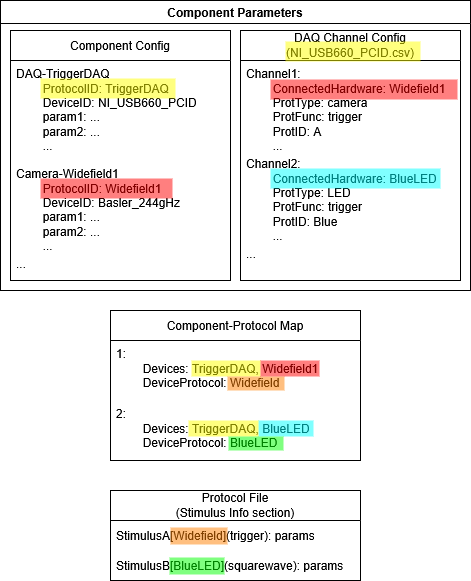
This is .wiki_resources/diagrams/config_struct_nolines.png from DavidLucha/StimControl, a draw.io export, as it was before one commit. Source tidied: cells renumbered, new cells last; positions are measured from the earlier drawing's top-left corner, leaving out a move shared by most shapes. The source it was exported from:
```xml
<mxGraphModel>
  <root>
    <mxCell id="0" />
    <mxCell id="1" parent="0" />
    <mxCell id="2" value="Component-Protocol Map" style="swimlane;fontStyle=0;horizontal=1;startSize=30;whiteSpace=wrap;html=1;" parent="1" vertex="1">
      <mxGeometry x="110" y="310" width="250" height="150" as="geometry" />
    </mxCell>
    <mxCell id="3" value="&lt;div&gt;1:&amp;nbsp;&lt;br&gt;&lt;span style=&quot;white-space: pre;&quot;&gt;&#9;&lt;/span&gt;Devices: TriggerDAQ, Widefield1&lt;/div&gt;&lt;div&gt;&lt;span style=&quot;white-space: pre;&quot;&gt;&#9;&lt;/span&gt;&lt;span style=&quot;white-space: pre;&quot;&gt;&lt;/span&gt;DeviceProtocol: Widefield&lt;/div&gt;" style="text;strokeColor=none;fillColor=none;align=left;verticalAlign=top;spacingLeft=4;spacingRight=4;overflow=hidden;whiteSpace=wrap;html=1;" parent="2" vertex="1">
      <mxGeometry y="30" width="250" height="60" as="geometry" />
    </mxCell>
    <mxCell id="4" value="&lt;div&gt;2:&amp;nbsp;&lt;br&gt;&lt;span style=&quot;white-space: pre;&quot;&gt;&#9;&lt;/span&gt;Devices: TriggerDAQ, BlueLED&lt;/div&gt;&lt;div&gt;&lt;span style=&quot;white-space: pre;&quot;&gt;&#9;&lt;/span&gt;DeviceProtocol: BlueLED&lt;/div&gt;" style="text;strokeColor=none;fillColor=none;align=left;verticalAlign=top;spacingLeft=4;spacingRight=4;overflow=hidden;whiteSpace=wrap;html=1;" parent="2" vertex="1">
      <mxGeometry y="90" width="250" height="60" as="geometry" />
    </mxCell>
    <mxCell id="5" value="Component Parameters" style="swimlane;whiteSpace=wrap;html=1;" parent="1" vertex="1">
      <mxGeometry width="470" height="290" as="geometry" />
    </mxCell>
    <mxCell id="6" value="&lt;div&gt;DAQ Channel Config&lt;/div&gt;&lt;div&gt;(NI_USB660_PCID.csv)&lt;/div&gt;" style="swimlane;fontStyle=0;horizontal=1;startSize=30;whiteSpace=wrap;html=1;" parent="5" vertex="1">
      <mxGeometry x="240" y="30" width="220" height="250" as="geometry" />
    </mxCell>
    <mxCell id="7" value="&lt;div&gt;Channel1:&amp;nbsp;&lt;/div&gt;&lt;div&gt;&lt;span style=&quot;white-space: pre;&quot;&gt;&#9;ConnectedHardware: Widefield1&lt;/span&gt;&lt;/div&gt;&lt;div&gt;&lt;span style=&quot;white-space: pre;&quot;&gt;&lt;span style=&quot;white-space: pre;&quot;&gt;&#9;ProtType: camera&lt;/span&gt;&lt;/span&gt;&lt;/div&gt;&lt;div&gt;&lt;span style=&quot;white-space: pre;&quot;&gt;&lt;span style=&quot;white-space: pre;&quot;&gt;&lt;span style=&quot;white-space: pre;&quot;&gt;&#9;&lt;/span&gt;ProtFunc: trigger&lt;/span&gt;&lt;/span&gt;&lt;/div&gt;&lt;div&gt;&lt;span style=&quot;white-space: pre;&quot;&gt;&lt;span style=&quot;white-space: pre;&quot;&gt;&lt;span style=&quot;white-space: pre;&quot;&gt;&#9;&lt;/span&gt;ProtID: A&lt;/span&gt;&lt;/span&gt;&lt;/div&gt;&lt;div&gt;&lt;span style=&quot;white-space: pre;&quot;&gt;&lt;span style=&quot;white-space: pre;&quot;&gt;&lt;span style=&quot;white-space: pre;&quot;&gt;&#9;...&lt;/span&gt;&lt;/span&gt;&lt;/span&gt;&lt;/div&gt;" style="text;strokeColor=none;fillColor=none;align=left;verticalAlign=top;spacingLeft=4;spacingRight=4;overflow=hidden;whiteSpace=wrap;html=1;" parent="6" vertex="1">
      <mxGeometry y="30" width="220" height="90" as="geometry" />
    </mxCell>
    <mxCell id="8" value="&lt;div&gt;Channel2:&amp;nbsp;&lt;/div&gt;&lt;div&gt;&lt;span style=&quot;white-space: pre;&quot;&gt;&#9;&lt;/span&gt;ConnectedHardware: BlueLED&lt;div&gt;&lt;span style=&quot;white-space: pre;&quot;&gt;&lt;span style=&quot;white-space: pre;&quot;&gt;&#9;ProtType: LED&lt;/span&gt;&lt;/span&gt;&lt;/div&gt;&lt;div&gt;&lt;span style=&quot;white-space: pre;&quot;&gt;&lt;span style=&quot;white-space: pre;&quot;&gt;&lt;span style=&quot;white-space: pre;&quot;&gt;&#9;&lt;/span&gt;ProtFunc: trigger&lt;/span&gt;&lt;/span&gt;&lt;/div&gt;&lt;div&gt;&lt;span style=&quot;white-space: pre;&quot;&gt;&lt;span style=&quot;white-space: pre;&quot;&gt;&lt;span style=&quot;white-space: pre;&quot;&gt;&#9;&lt;/span&gt;ProtID: Blue&lt;/span&gt;&lt;/span&gt;&lt;/div&gt;&lt;div&gt;&lt;span style=&quot;white-space: pre;&quot;&gt;&lt;span style=&quot;white-space: pre;&quot;&gt;&lt;span style=&quot;white-space: pre;&quot;&gt;&#9;&lt;/span&gt;...&lt;/span&gt;&lt;/span&gt;&lt;/div&gt;&lt;/div&gt;&lt;div&gt;&lt;br&gt;&lt;br&gt;&lt;/div&gt;" style="text;strokeColor=none;fillColor=none;align=left;verticalAlign=top;spacingLeft=4;spacingRight=4;overflow=hidden;whiteSpace=wrap;html=1;" parent="6" vertex="1">
      <mxGeometry y="120" width="220" height="90" as="geometry" />
    </mxCell>
    <mxCell id="9" value="&lt;div&gt;...&lt;/div&gt;&lt;div&gt;&lt;br&gt;&lt;/div&gt;" style="text;strokeColor=none;fillColor=none;align=left;verticalAlign=top;spacingLeft=4;spacingRight=4;overflow=hidden;whiteSpace=wrap;html=1;" parent="6" vertex="1">
      <mxGeometry y="210" width="220" height="40" as="geometry" />
    </mxCell>
    <mxCell id="10" value="Component Config" style="swimlane;fontStyle=0;horizontal=1;startSize=30;whiteSpace=wrap;html=1;" parent="5" vertex="1">
      <mxGeometry x="10" y="30" width="220" height="250" as="geometry" />
    </mxCell>
    <mxCell id="11" value="&lt;div&gt;DAQ-TriggerDAQ&lt;/div&gt;&lt;div&gt;&lt;span style=&quot;white-space: pre;&quot;&gt;&#9;&lt;/span&gt;ProtocolID: TriggerDAQ&lt;/div&gt;&lt;div&gt;&lt;span style=&quot;white-space: pre;&quot;&gt;&#9;&lt;/span&gt;DeviceID: NI_USB660_PCID&lt;/div&gt;&lt;div&gt;&lt;span style=&quot;white-space: pre;&quot;&gt;&#9;param1: ...&lt;/span&gt;&lt;/div&gt;&lt;div&gt;&lt;span style=&quot;white-space: pre;&quot;&gt;&#9;&lt;/span&gt;param2: ...&lt;/div&gt;&lt;div&gt;&lt;span style=&quot;white-space: pre;&quot;&gt;&#9;&lt;/span&gt;...&lt;/div&gt;" style="text;strokeColor=none;fillColor=none;align=left;verticalAlign=top;spacingLeft=4;spacingRight=4;overflow=hidden;whiteSpace=wrap;html=1;" parent="10" vertex="1">
      <mxGeometry y="30" width="220" height="100" as="geometry" />
    </mxCell>
    <mxCell id="12" value="Camera-Widefield1&lt;div&gt;&lt;span style=&quot;white-space: pre;&quot;&gt;&#9;&lt;/span&gt;ProtocolID: Widefield1&lt;/div&gt;&lt;div&gt;&lt;span style=&quot;white-space: pre;&quot;&gt;&#9;&lt;/span&gt;DeviceID: Basler_244gHz&lt;div&gt;&lt;span style=&quot;white-space: pre;&quot;&gt;&#9;param1: ...&lt;/span&gt;&lt;/div&gt;&lt;div&gt;&lt;span style=&quot;white-space: pre;&quot;&gt;&#9;&lt;/span&gt;param2: ...&lt;/div&gt;&lt;div&gt;&lt;span style=&quot;white-space: pre;&quot;&gt;&#9;&lt;/span&gt;...&lt;/div&gt;&lt;/div&gt;" style="text;strokeColor=none;fillColor=none;align=left;verticalAlign=top;spacingLeft=4;spacingRight=4;overflow=hidden;whiteSpace=wrap;html=1;" parent="10" vertex="1">
      <mxGeometry y="130" width="220" height="90" as="geometry" />
    </mxCell>
    <mxCell id="13" value="&lt;div&gt;...&lt;/div&gt;&lt;div&gt;&lt;br&gt;&lt;/div&gt;" style="text;strokeColor=none;fillColor=none;align=left;verticalAlign=top;spacingLeft=4;spacingRight=4;overflow=hidden;whiteSpace=wrap;html=1;" parent="10" vertex="1">
      <mxGeometry y="220" width="220" height="30" as="geometry" />
    </mxCell>
    <mxCell id="14" value="&lt;div&gt;Protocol File&lt;/div&gt;&lt;div&gt;(Stimulus Info section)&lt;/div&gt;" style="swimlane;fontStyle=0;horizontal=1;startSize=30;whiteSpace=wrap;html=1;" parent="1" vertex="1">
      <mxGeometry x="110" y="490" width="250" height="90" as="geometry" />
    </mxCell>
    <mxCell id="15" value="StimulusA[Widefield](trigger): params" style="text;strokeColor=none;fillColor=none;align=left;verticalAlign=middle;spacingLeft=4;spacingRight=4;overflow=hidden;whiteSpace=wrap;html=1;" parent="14" vertex="1">
      <mxGeometry y="30" width="250" height="30" as="geometry" />
    </mxCell>
    <mxCell id="16" value="StimulusB[BlueLED](squarewave): params" style="text;strokeColor=none;fillColor=none;align=left;verticalAlign=middle;spacingLeft=4;spacingRight=4;overflow=hidden;whiteSpace=wrap;html=1;" parent="14" vertex="1">
      <mxGeometry y="60" width="250" height="30" as="geometry" />
    </mxCell>
    <mxCell id="17" style="rounded=0;whiteSpace=wrap;html=1;fillColor=light-dark(#ffff00, #543300);strokeColor=none;strokeWidth=3;opacity=50;" parent="1" vertex="1">
      <mxGeometry x="40" y="78" width="135" height="20" as="geometry" />
    </mxCell>
    <mxCell id="18" style="rounded=0;whiteSpace=wrap;html=1;fillColor=light-dark(#ffff00, #543300);strokeColor=none;strokeWidth=1;opacity=50;" parent="1" vertex="1">
      <mxGeometry x="191" y="360" width="69" height="16" as="geometry" />
    </mxCell>
    <mxCell id="19" style="rounded=0;whiteSpace=wrap;html=1;fillColor=light-dark(#ffff00, #543300);strokeColor=none;strokeWidth=1;opacity=50;" parent="1" vertex="1">
      <mxGeometry x="285" y="41" width="135" height="20" as="geometry" />
    </mxCell>
    <mxCell id="20" style="rounded=0;whiteSpace=wrap;html=1;fillColor=light-dark(#ff0000, #3a756b);strokeColor=none;strokeWidth=3;opacity=50;" parent="1" vertex="1">
      <mxGeometry x="40" y="178" width="132" height="20" as="geometry" />
    </mxCell>
    <mxCell id="21" style="rounded=0;whiteSpace=wrap;html=1;fillColor=light-dark(#ff0000, #3a756b);strokeColor=none;strokeWidth=3;opacity=50;" parent="1" vertex="1">
      <mxGeometry x="270" y="79" width="187" height="20" as="geometry" />
    </mxCell>
    <mxCell id="22" style="rounded=0;whiteSpace=wrap;html=1;fillColor=light-dark(#00ffff, #543300);strokeColor=none;strokeWidth=1;opacity=50;" parent="1" vertex="1">
      <mxGeometry x="270" y="168" width="170" height="20" as="geometry" />
    </mxCell>
    <mxCell id="23" style="rounded=0;whiteSpace=wrap;html=1;fillColor=light-dark(#ff8000, #543300);strokeColor=none;strokeWidth=1;opacity=50;" parent="1" vertex="1">
      <mxGeometry x="227" y="376" width="57" height="14" as="geometry" />
    </mxCell>
    <mxCell id="24" style="rounded=0;whiteSpace=wrap;html=1;fillColor=light-dark(#ff0000, #543300);strokeColor=none;strokeWidth=1;opacity=50;" parent="1" vertex="1">
      <mxGeometry x="260" y="360" width="59" height="16" as="geometry" />
    </mxCell>
    <mxCell id="25" style="rounded=0;whiteSpace=wrap;html=1;fillColor=light-dark(#00ffff, #543300);strokeColor=none;strokeWidth=1;opacity=50;" parent="1" vertex="1">
      <mxGeometry x="258" y="420" width="55" height="16" as="geometry" />
    </mxCell>
    <mxCell id="26" style="rounded=0;whiteSpace=wrap;html=1;fillColor=light-dark(#ffff00, #543300);strokeColor=none;strokeWidth=3;opacity=50;" parent="1" vertex="1">
      <mxGeometry x="188" y="420" width="70" height="16" as="geometry" />
    </mxCell>
    <mxCell id="27" style="rounded=0;whiteSpace=wrap;html=1;fillColor=light-dark(#ff8000, #543300);strokeColor=none;strokeWidth=1;opacity=50;" parent="1" vertex="1">
      <mxGeometry x="170" y="527" width="57" height="17" as="geometry" />
    </mxCell>
    <mxCell id="28" style="rounded=0;whiteSpace=wrap;html=1;fillColor=light-dark(#00ff00, #543300);strokeColor=none;strokeWidth=1;opacity=50;" parent="1" vertex="1">
      <mxGeometry x="228" y="436" width="55" height="14" as="geometry" />
    </mxCell>
    <mxCell id="29" style="rounded=0;whiteSpace=wrap;html=1;fillColor=light-dark(#00ff00, #543300);strokeColor=none;strokeWidth=1;opacity=50;" parent="1" vertex="1">
      <mxGeometry x="169" y="557" width="55" height="17" as="geometry" />
    </mxCell>
    <mxCell id="30" style="edgeStyle=orthogonalEdgeStyle;rounded=0;orthogonalLoop=1;jettySize=auto;html=1;exitX=0.5;exitY=1;exitDx=0;exitDy=0;" parent="1" edge="1" source="22" target="22">
      <mxGeometry relative="1" as="geometry" />
    </mxCell>
  </root>
</mxGraphModel>
```
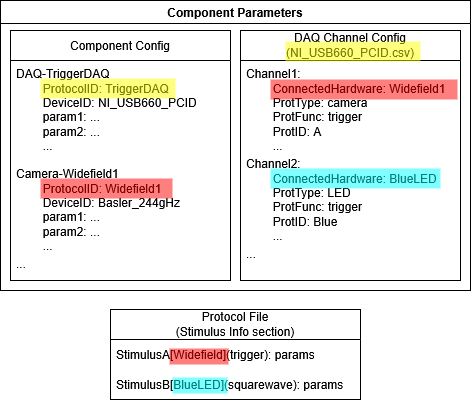
After the change.

Commit message:
update config_struct documentation images to remove component map. Unnecessary when channel names are the same as protocol IDs

Change to the diagram source:
```diff
@@ -2,15 +2,6 @@
   <root>
     <mxCell id="0" />
     <mxCell id="1" parent="0" />
-    <mxCell id="2" value="Component-Protocol Map" style="swimlane;fontStyle=0;horizontal=1;startSize=30;whiteSpace=wrap;html=1;" parent="1" vertex="1">
-      <mxGeometry x="110" y="310" width="250" height="150" as="geometry" />
-    </mxCell>
-    <mxCell id="3" value="&lt;div&gt;1:&amp;nbsp;&lt;br&gt;&lt;span style=&quot;white-space: pre;&quot;&gt;&#9;&lt;/span&gt;Devices: TriggerDAQ, Widefield1&lt;/div&gt;&lt;div&gt;&lt;span style=&quot;white-space: pre;&quot;&gt;&#9;&lt;/span&gt;&lt;span style=&quot;white-space: pre;&quot;&gt;&lt;/span&gt;DeviceProtocol: Widefield&lt;/div&gt;" style="text;strokeColor=none;fillColor=none;align=left;verticalAlign=top;spacingLeft=4;spacingRight=4;overflow=hidden;whiteSpace=wrap;html=1;" parent="2" vertex="1">
-      <mxGeometry y="30" width="250" height="60" as="geometry" />
-    </mxCell>
-    <mxCell id="4" value="&lt;div&gt;2:&amp;nbsp;&lt;br&gt;&lt;span style=&quot;white-space: pre;&quot;&gt;&#9;&lt;/span&gt;Devices: TriggerDAQ, BlueLED&lt;/div&gt;&lt;div&gt;&lt;span style=&quot;white-space: pre;&quot;&gt;&#9;&lt;/span&gt;DeviceProtocol: BlueLED&lt;/div&gt;" style="text;strokeColor=none;fillColor=none;align=left;verticalAlign=top;spacingLeft=4;spacingRight=4;overflow=hidden;whiteSpace=wrap;html=1;" parent="2" vertex="1">
-      <mxGeometry y="90" width="250" height="60" as="geometry" />
-    </mxCell>
     <mxCell id="5" value="Component Parameters" style="swimlane;whiteSpace=wrap;html=1;" parent="1" vertex="1">
       <mxGeometry width="470" height="290" as="geometry" />
     </mxCell>
@@ -39,7 +30,7 @@
       <mxGeometry y="220" width="220" height="30" as="geometry" />
     </mxCell>
     <mxCell id="14" value="&lt;div&gt;Protocol File&lt;/div&gt;&lt;div&gt;(Stimulus Info section)&lt;/div&gt;" style="swimlane;fontStyle=0;horizontal=1;startSize=30;whiteSpace=wrap;html=1;" parent="1" vertex="1">
-      <mxGeometry x="110" y="490" width="250" height="90" as="geometry" />
+      <mxGeometry x="110" y="309" width="250" height="90" as="geometry" />
     </mxCell>
     <mxCell id="15" value="StimulusA[Widefield](trigger): params" style="text;strokeColor=none;fillColor=none;align=left;verticalAlign=middle;spacingLeft=4;spacingRight=4;overflow=hidden;whiteSpace=wrap;html=1;" parent="14" vertex="1">
       <mxGeometry y="30" width="250" height="30" as="geometry" />
@@ -50,9 +41,6 @@
     <mxCell id="17" style="rounded=0;whiteSpace=wrap;html=1;fillColor=light-dark(#ffff00, #543300);strokeColor=none;strokeWidth=3;opacity=50;" parent="1" vertex="1">
       <mxGeometry x="40" y="78" width="135" height="20" as="geometry" />
     </mxCell>
-    <mxCell id="18" style="rounded=0;whiteSpace=wrap;html=1;fillColor=light-dark(#ffff00, #543300);strokeColor=none;strokeWidth=1;opacity=50;" parent="1" vertex="1">
-      <mxGeometry x="191" y="360" width="69" height="16" as="geometry" />
-    </mxCell>
     <mxCell id="19" style="rounded=0;whiteSpace=wrap;html=1;fillColor=light-dark(#ffff00, #543300);strokeColor=none;strokeWidth=1;opacity=50;" parent="1" vertex="1">
       <mxGeometry x="285" y="41" width="135" height="20" as="geometry" />
     </mxCell>
@@ -65,29 +53,14 @@
     <mxCell id="22" style="rounded=0;whiteSpace=wrap;html=1;fillColor=light-dark(#00ffff, #543300);strokeColor=none;strokeWidth=1;opacity=50;" parent="1" vertex="1">
       <mxGeometry x="270" y="168" width="170" height="20" as="geometry" />
     </mxCell>
-    <mxCell id="23" style="rounded=0;whiteSpace=wrap;html=1;fillColor=light-dark(#ff8000, #543300);strokeColor=none;strokeWidth=1;opacity=50;" parent="1" vertex="1">
-      <mxGeometry x="227" y="376" width="57" height="14" as="geometry" />
-    </mxCell>
-    <mxCell id="24" style="rounded=0;whiteSpace=wrap;html=1;fillColor=light-dark(#ff0000, #543300);strokeColor=none;strokeWidth=1;opacity=50;" parent="1" vertex="1">
-      <mxGeometry x="260" y="360" width="59" height="16" as="geometry" />
-    </mxCell>
-    <mxCell id="25" style="rounded=0;whiteSpace=wrap;html=1;fillColor=light-dark(#00ffff, #543300);strokeColor=none;strokeWidth=1;opacity=50;" parent="1" vertex="1">
-      <mxGeometry x="258" y="420" width="55" height="16" as="geometry" />
-    </mxCell>
-    <mxCell id="26" style="rounded=0;whiteSpace=wrap;html=1;fillColor=light-dark(#ffff00, #543300);strokeColor=none;strokeWidth=3;opacity=50;" parent="1" vertex="1">
-      <mxGeometry x="188" y="420" width="70" height="16" as="geometry" />
-    </mxCell>
-    <mxCell id="27" style="rounded=0;whiteSpace=wrap;html=1;fillColor=light-dark(#ff8000, #543300);strokeColor=none;strokeWidth=1;opacity=50;" parent="1" vertex="1">
-      <mxGeometry x="170" y="527" width="57" height="17" as="geometry" />
-    </mxCell>
-    <mxCell id="28" style="rounded=0;whiteSpace=wrap;html=1;fillColor=light-dark(#00ff00, #543300);strokeColor=none;strokeWidth=1;opacity=50;" parent="1" vertex="1">
-      <mxGeometry x="228" y="436" width="55" height="14" as="geometry" />
-    </mxCell>
-    <mxCell id="29" style="rounded=0;whiteSpace=wrap;html=1;fillColor=light-dark(#00ff00, #543300);strokeColor=none;strokeWidth=1;opacity=50;" parent="1" vertex="1">
-      <mxGeometry x="169" y="557" width="55" height="17" as="geometry" />
-    </mxCell>
     <mxCell id="30" style="edgeStyle=orthogonalEdgeStyle;rounded=0;orthogonalLoop=1;jettySize=auto;html=1;exitX=0.5;exitY=1;exitDx=0;exitDy=0;" parent="1" edge="1" source="22" target="22">
       <mxGeometry relative="1" as="geometry" />
     </mxCell>
+    <mxCell id="31" style="rounded=0;whiteSpace=wrap;html=1;fillColor=light-dark(#00ffff, #543300);strokeColor=none;strokeWidth=1;opacity=50;" parent="1" vertex="1">
+      <mxGeometry x="172" y="377" width="55" height="16" as="geometry" />
+    </mxCell>
+    <mxCell id="32" style="rounded=0;whiteSpace=wrap;html=1;fillColor=light-dark(#ff0000, #543300);strokeColor=none;strokeWidth=1;opacity=50;" parent="1" vertex="1">
+      <mxGeometry x="169" y="348" width="59" height="16" as="geometry" />
+    </mxCell>
   </root>
 </mxGraphModel>
```
